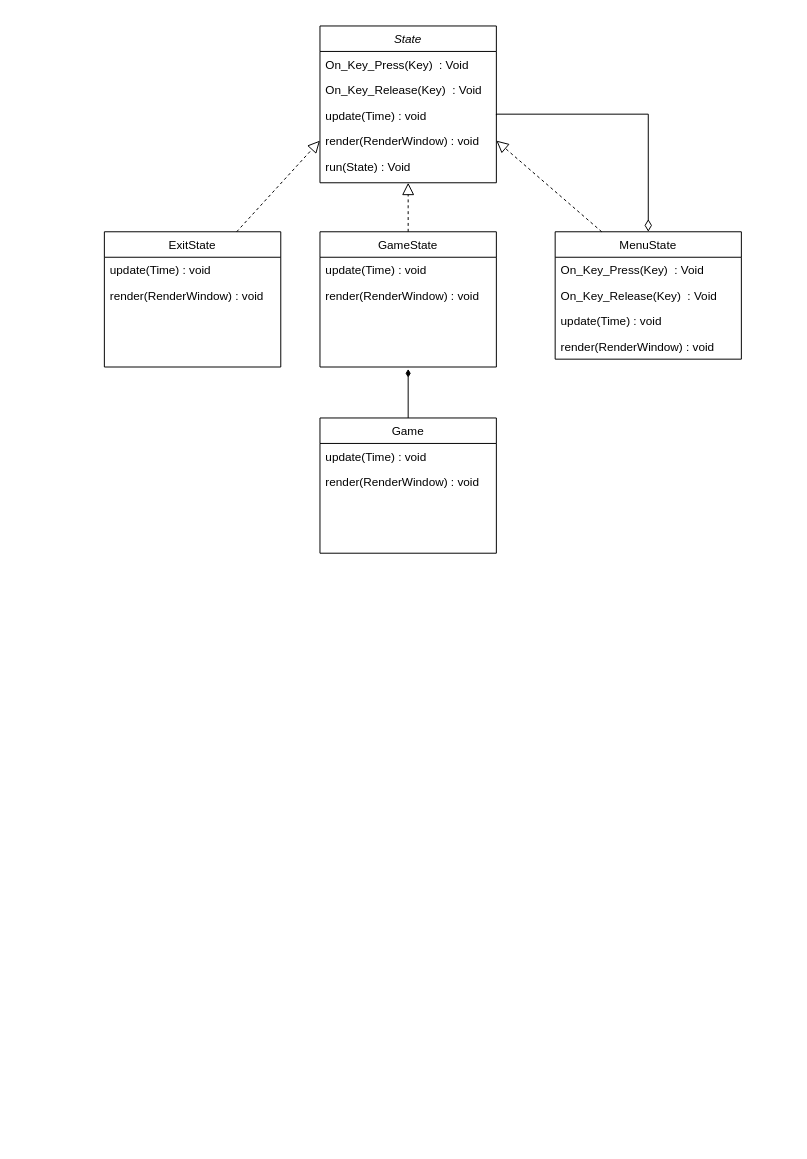
This is designspecifikation/uml.drawio from Albin0208/SFML-Game, a draw.io file, before an edit. Source tidied: cells renumbered, new cells numbered last; positions are measured from the earlier drawing's top-left corner, leaving out a move shared by most shapes. Both pictures are drawn from the tidied source at 98%, with x=0, y=0 at pixel (104, 25).
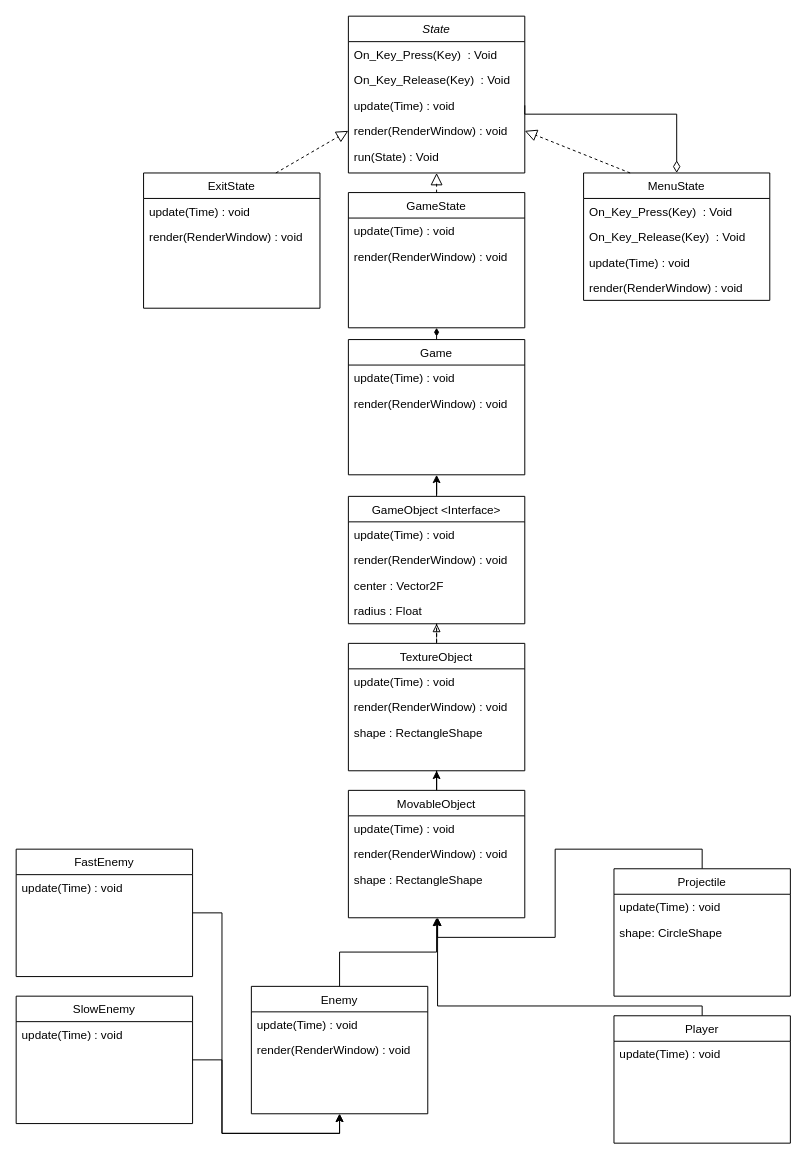
The same page after the edit.

Commit message (it also covers changes not shown here):
additions to uml

Unchanged cells that the change refers to:
```xml
<mxCell id="5" value="update(Time) : void" style="text;align=left;verticalAlign=top;spacingLeft=4;spacingRight=4;overflow=hidden;points=[[0,0.5],[1,0.5]];portConstraint=eastwest;rounded=0;shadow=0;html=0;" parent="2" vertex="1">
  <mxGeometry y="78" width="180" height="26" as="geometry" />
</mxCell>
```

The edit, as a diff of the source:
```diff
@@
     <mxCell id="2" value="State" style="swimlane;fontStyle=2;align=center;verticalAlign=top;horizontal=1;startSize=26;rounded=0;shadow=0;strokeWidth=1;" parent="1" vertex="1">
-      <mxGeometry x="220" width="180" height="160" as="geometry" />
+      <mxGeometry x="249" y="-10" width="180" height="160" as="geometry" />
     </mxCell>
@@
     <mxCell id="8" value="GameState" style="swimlane;fontStyle=0;align=center;verticalAlign=top;horizontal=1;startSize=26;rounded=0;shadow=0;strokeWidth=1;" parent="1" vertex="1">
-      <mxGeometry x="220" y="210" width="180" height="138" as="geometry" />
+      <mxGeometry x="249" y="170" width="180" height="138" as="geometry" />
     </mxCell>
-    <mxCell id="9" value="update(Time) : void" style="text;align=left;verticalAlign=top;spacingLeft=4;spacingRight=4;overflow=hidden;rounded=0;shadow=0;html=0;" parent="8" vertex="1">
-      <mxGeometry y="26" width="180" height="26" as="geometry" />
-    </mxCell>
-    <mxCell id="10" value="render(RenderWindow) : void" style="text;align=left;verticalAlign=top;spacingLeft=4;spacingRight=4;overflow=hidden;rounded=0;shadow=0;html=0;" parent="8" vertex="1">
-      <mxGeometry y="52" width="180" height="26" as="geometry" />
-    </mxCell>
+    <mxCell id="27" value="update(Time) : void" style="text;align=left;verticalAlign=top;spacingLeft=4;spacingRight=4;overflow=hidden;rounded=0;shadow=0;html=0;" parent="8" vertex="1">
+      <mxGeometry y="26" width="180" height="26" as="geometry" />
+    </mxCell>
+    <mxCell id="28" value="render(RenderWindow) : void" style="text;align=left;verticalAlign=top;spacingLeft=4;spacingRight=4;overflow=hidden;rounded=0;shadow=0;html=0;" parent="8" vertex="1">
+      <mxGeometry y="52" width="180" height="26" as="geometry" />
+    </mxCell>
@@
     <mxCell id="12" value="MenuState" style="swimlane;fontStyle=0;align=center;verticalAlign=top;horizontal=1;startSize=26;rounded=0;shadow=0;strokeWidth=1;" parent="1" vertex="1">
-      <mxGeometry x="460" y="210" width="190" height="130" as="geometry" />
+      <mxGeometry x="489" y="150" width="190" height="130" as="geometry" />
     </mxCell>
@@
     <mxCell id="17" style="endArrow=diamondThin;endSize=10;endFill=0;shadow=0;strokeWidth=1;rounded=0;edgeStyle=elbowEdgeStyle;elbow=vertical;entryX=0.5;entryY=0;entryDx=0;entryDy=0;exitX=1;exitY=0.5;exitDx=0;exitDy=0;" parent="1" edge="1" source="5" target="12">
       <mxGeometry relative="1" as="geometry">
         <Array as="points">
-          <mxPoint x="500" y="90" />
-          <mxPoint x="555" y="70" />
-          <mxPoint x="595" y="90" />
+          <mxPoint x="529" y="90" />
+          <mxPoint x="584" y="70" />
+          <mxPoint x="624" y="90" />
         </Array>
       </mxGeometry>
     </mxCell>
@@
     <mxCell id="19" value="ExitState" style="swimlane;fontStyle=0;align=center;verticalAlign=top;horizontal=1;startSize=26;rounded=0;shadow=0;strokeWidth=1;" parent="1" vertex="1">
-      <mxGeometry y="210" width="180" height="138" as="geometry" />
+      <mxGeometry x="40" y="150" width="180" height="138" as="geometry" />
     </mxCell>
-    <mxCell id="20" value="update(Time) : void" style="text;align=left;verticalAlign=top;spacingLeft=4;spacingRight=4;overflow=hidden;rounded=0;shadow=0;html=0;" parent="19" vertex="1">
-      <mxGeometry y="26" width="180" height="26" as="geometry" />
-    </mxCell>
-    <mxCell id="21" value="render(RenderWindow) : void" style="text;align=left;verticalAlign=top;spacingLeft=4;spacingRight=4;overflow=hidden;rounded=0;shadow=0;html=0;" parent="19" vertex="1">
-      <mxGeometry y="52" width="180" height="26" as="geometry" />
-    </mxCell>
+    <mxCell id="29" value="update(Time) : void" style="text;align=left;verticalAlign=top;spacingLeft=4;spacingRight=4;overflow=hidden;rounded=0;shadow=0;html=0;" parent="19" vertex="1">
+      <mxGeometry y="26" width="180" height="26" as="geometry" />
+    </mxCell>
+    <mxCell id="30" value="render(RenderWindow) : void" style="text;align=left;verticalAlign=top;spacingLeft=4;spacingRight=4;overflow=hidden;rounded=0;shadow=0;html=0;" parent="19" vertex="1">
+      <mxGeometry y="52" width="180" height="26" as="geometry" />
+    </mxCell>
@@
-    <mxCell id="23" style="edgeStyle=none;rounded=0;jettySize=auto;html=1;endArrow=diamondThin;endFill=1;" parent="1" edge="1" source="24">
-      <mxGeometry relative="1" as="geometry">
-        <mxPoint x="310" y="350" as="targetPoint" />
-      </mxGeometry>
-    </mxCell>
+    <mxCell id="31" style="edgeStyle=none;rounded=0;jettySize=auto;html=1;endArrow=diamondThin;endFill=1;entryX=0.5;entryY=1;entryDx=0;entryDy=0;" parent="1" edge="1" source="24" target="8">
+      <mxGeometry relative="1" as="geometry" />
+    </mxCell>
     <mxCell id="24" value="Game" style="swimlane;fontStyle=0;align=center;verticalAlign=top;horizontal=1;startSize=26;rounded=0;shadow=0;strokeWidth=1;" parent="1" vertex="1">
-      <mxGeometry x="220" y="400" width="180" height="138" as="geometry" />
+      <mxGeometry x="249" y="320" width="180" height="138" as="geometry" />
     </mxCell>
-    <mxCell id="25" value="update(Time) : void" style="text;align=left;verticalAlign=top;spacingLeft=4;spacingRight=4;overflow=hidden;rounded=0;shadow=0;html=0;" parent="24" vertex="1">
-      <mxGeometry y="26" width="180" height="26" as="geometry" />
-    </mxCell>
-    <mxCell id="26" value="render(RenderWindow) : void" style="text;align=left;verticalAlign=top;spacingLeft=4;spacingRight=4;overflow=hidden;rounded=0;shadow=0;html=0;" parent="24" vertex="1">
-      <mxGeometry y="52" width="180" height="26" as="geometry" />
-    </mxCell>
+    <mxCell id="32" value="update(Time) : void" style="text;align=left;verticalAlign=top;spacingLeft=4;spacingRight=4;overflow=hidden;rounded=0;shadow=0;html=0;" parent="24" vertex="1">
+      <mxGeometry y="26" width="180" height="26" as="geometry" />
+    </mxCell>
+    <mxCell id="33" value="render(RenderWindow) : void" style="text;align=left;verticalAlign=top;spacingLeft=4;spacingRight=4;overflow=hidden;rounded=0;shadow=0;html=0;" parent="24" vertex="1">
+      <mxGeometry y="52" width="180" height="26" as="geometry" />
+    </mxCell>
+    <mxCell id="34" style="edgeStyle=orthogonalEdgeStyle;rounded=0;jettySize=auto;html=1;entryX=0.5;entryY=1;entryDx=0;entryDy=0;" parent="1" edge="1" source="35" target="24">
+      <mxGeometry relative="1" as="geometry" />
+    </mxCell>
+    <mxCell id="35" value="GameObject &lt;Interface&gt;" style="swimlane;fontStyle=0;align=center;verticalAlign=top;horizontal=1;startSize=26;rounded=0;shadow=0;strokeWidth=1;" parent="1" vertex="1">
+      <mxGeometry x="249" y="480" width="180" height="130" as="geometry" />
+    </mxCell>
+    <mxCell id="36" value="update(Time) : void" style="text;align=left;verticalAlign=top;spacingLeft=4;spacingRight=4;overflow=hidden;rounded=0;shadow=0;html=0;" parent="35" vertex="1">
+      <mxGeometry y="26" width="180" height="26" as="geometry" />
+    </mxCell>
+    <mxCell id="37" value="render(RenderWindow) : void" style="text;align=left;verticalAlign=top;spacingLeft=4;spacingRight=4;overflow=hidden;rounded=0;shadow=0;html=0;" parent="35" vertex="1">
+      <mxGeometry y="52" width="180" height="26" as="geometry" />
+    </mxCell>
+    <mxCell id="38" value="center : Vector2F" style="text;align=left;verticalAlign=top;spacingLeft=4;spacingRight=4;overflow=hidden;rounded=0;shadow=0;html=0;" parent="35" vertex="1">
+      <mxGeometry y="78" width="180" height="26" as="geometry" />
+    </mxCell>
+    <mxCell id="39" value="radius : Float" style="text;align=left;verticalAlign=top;spacingLeft=4;spacingRight=4;overflow=hidden;points=[[0,0.5],[1,0.5]];portConstraint=eastwest;rounded=0;shadow=0;html=0;" parent="35" vertex="1">
+      <mxGeometry y="104" width="180" height="26" as="geometry" />
+    </mxCell>
+    <mxCell id="40" style="edgeStyle=orthogonalEdgeStyle;rounded=0;jettySize=auto;html=1;entryX=0.5;entryY=1;entryDx=0;entryDy=0;entryPerimeter=0;dashed=1;endArrow=block;endFill=0;" parent="1" edge="1" source="41" target="39">
+      <mxGeometry relative="1" as="geometry" />
+    </mxCell>
+    <mxCell id="41" value="TextureObject" style="swimlane;fontStyle=0;align=center;verticalAlign=top;horizontal=1;startSize=26;rounded=0;shadow=0;strokeWidth=1;" parent="1" vertex="1">
+      <mxGeometry x="249" y="630" width="180" height="130" as="geometry" />
+    </mxCell>
+    <mxCell id="42" value="update(Time) : void" style="text;align=left;verticalAlign=top;spacingLeft=4;spacingRight=4;overflow=hidden;rounded=0;shadow=0;html=0;" parent="41" vertex="1">
+      <mxGeometry y="26" width="180" height="26" as="geometry" />
+    </mxCell>
+    <mxCell id="43" value="render(RenderWindow) : void" style="text;align=left;verticalAlign=top;spacingLeft=4;spacingRight=4;overflow=hidden;rounded=0;shadow=0;html=0;" parent="41" vertex="1">
+      <mxGeometry y="52" width="180" height="26" as="geometry" />
+    </mxCell>
+    <mxCell id="44" value="shape : RectangleShape" style="text;align=left;verticalAlign=top;spacingLeft=4;spacingRight=4;overflow=hidden;rounded=0;shadow=0;html=0;" parent="41" vertex="1">
+      <mxGeometry y="78" width="180" height="26" as="geometry" />
+    </mxCell>
+    <mxCell id="45" style="edgeStyle=orthogonalEdgeStyle;rounded=0;jettySize=auto;html=1;entryX=0.5;entryY=1;entryDx=0;entryDy=0;" parent="1" edge="1" source="46" target="41">
+      <mxGeometry relative="1" as="geometry" />
+    </mxCell>
+    <mxCell id="46" value="MovableObject" style="swimlane;fontStyle=0;align=center;verticalAlign=top;horizontal=1;startSize=26;rounded=0;shadow=0;strokeWidth=1;" parent="1" vertex="1">
+      <mxGeometry x="249" y="780" width="180" height="130" as="geometry" />
+    </mxCell>
+    <mxCell id="47" value="update(Time) : void" style="text;align=left;verticalAlign=top;spacingLeft=4;spacingRight=4;overflow=hidden;rounded=0;shadow=0;html=0;" parent="46" vertex="1">
+      <mxGeometry y="26" width="180" height="26" as="geometry" />
+    </mxCell>
+    <mxCell id="48" value="render(RenderWindow) : void" style="text;align=left;verticalAlign=top;spacingLeft=4;spacingRight=4;overflow=hidden;rounded=0;shadow=0;html=0;" parent="46" vertex="1">
+      <mxGeometry y="52" width="180" height="26" as="geometry" />
+    </mxCell>
+    <mxCell id="49" value="shape : RectangleShape" style="text;align=left;verticalAlign=top;spacingLeft=4;spacingRight=4;overflow=hidden;rounded=0;shadow=0;html=0;" parent="46" vertex="1">
+      <mxGeometry y="78" width="180" height="26" as="geometry" />
+    </mxCell>
+    <mxCell id="50" style="rounded=0;jettySize=auto;html=1;entryX=0.5;entryY=1;entryDx=0;entryDy=0;edgeStyle=orthogonalEdgeStyle;" parent="1" edge="1" source="51" target="46">
+      <mxGeometry relative="1" as="geometry" />
+    </mxCell>
+    <mxCell id="51" value="Enemy" style="swimlane;fontStyle=0;align=center;verticalAlign=top;horizontal=1;startSize=26;rounded=0;shadow=0;strokeWidth=1;" parent="1" vertex="1">
+      <mxGeometry x="150" y="980" width="180" height="130" as="geometry" />
+    </mxCell>
+    <mxCell id="52" value="update(Time) : void" style="text;align=left;verticalAlign=top;spacingLeft=4;spacingRight=4;overflow=hidden;rounded=0;shadow=0;html=0;" parent="51" vertex="1">
+      <mxGeometry y="26" width="180" height="26" as="geometry" />
+    </mxCell>
+    <mxCell id="53" value="render(RenderWindow) : void" style="text;align=left;verticalAlign=top;spacingLeft=4;spacingRight=4;overflow=hidden;rounded=0;shadow=0;html=0;" parent="51" vertex="1">
+      <mxGeometry y="52" width="180" height="26" as="geometry" />
+    </mxCell>
+    <mxCell id="54" style="edgeStyle=orthogonalEdgeStyle;rounded=0;jettySize=auto;html=1;exitX=0.5;exitY=0;exitDx=0;exitDy=0;" parent="1" edge="1" source="55">
+      <mxGeometry relative="1" as="geometry">
+        <mxPoint x="340" y="910" as="targetPoint" />
+        <Array as="points">
+          <mxPoint x="610" y="1000" />
+          <mxPoint x="340" y="1000" />
+        </Array>
+      </mxGeometry>
+    </mxCell>
+    <mxCell id="55" value="Player" style="swimlane;fontStyle=0;align=center;verticalAlign=top;horizontal=1;startSize=26;rounded=0;shadow=0;strokeWidth=1;" parent="1" vertex="1">
+      <mxGeometry x="520" y="1010" width="180" height="130" as="geometry" />
+    </mxCell>
+    <mxCell id="56" value="update(Time) : void" style="text;align=left;verticalAlign=top;spacingLeft=4;spacingRight=4;overflow=hidden;rounded=0;shadow=0;html=0;" parent="55" vertex="1">
+      <mxGeometry y="26" width="180" height="26" as="geometry" />
+    </mxCell>
+    <mxCell id="57" style="edgeStyle=orthogonalEdgeStyle;rounded=0;jettySize=auto;html=1;exitX=0.5;exitY=0;exitDx=0;exitDy=0;" parent="1" edge="1" source="58">
+      <mxGeometry relative="1" as="geometry">
+        <mxPoint x="340" y="910" as="targetPoint" />
+        <Array as="points">
+          <mxPoint x="610" y="840" />
+          <mxPoint x="460" y="840" />
+          <mxPoint x="460" y="930" />
+          <mxPoint x="340" y="930" />
+        </Array>
+      </mxGeometry>
+    </mxCell>
+    <mxCell id="58" value="Projectile" style="swimlane;fontStyle=0;align=center;verticalAlign=top;horizontal=1;startSize=26;rounded=0;shadow=0;strokeWidth=1;" parent="1" vertex="1">
+      <mxGeometry x="520" y="860" width="180" height="130" as="geometry" />
+    </mxCell>
+    <mxCell id="59" value="update(Time) : void" style="text;align=left;verticalAlign=top;spacingLeft=4;spacingRight=4;overflow=hidden;rounded=0;shadow=0;html=0;" parent="58" vertex="1">
+      <mxGeometry y="26" width="180" height="26" as="geometry" />
+    </mxCell>
+    <mxCell id="60" value="shape: CircleShape" style="text;align=left;verticalAlign=top;spacingLeft=4;spacingRight=4;overflow=hidden;rounded=0;shadow=0;html=0;" parent="58" vertex="1">
+      <mxGeometry y="52" width="180" height="26" as="geometry" />
+    </mxCell>
+    <mxCell id="61" style="edgeStyle=orthogonalEdgeStyle;rounded=0;jettySize=auto;html=1;entryX=0.5;entryY=1;entryDx=0;entryDy=0;" parent="1" edge="1" source="62" target="51">
+      <mxGeometry relative="1" as="geometry" />
+    </mxCell>
+    <mxCell id="62" value="FastEnemy" style="swimlane;fontStyle=0;align=center;verticalAlign=top;horizontal=1;startSize=26;rounded=0;shadow=0;strokeWidth=1;" parent="1" vertex="1">
+      <mxGeometry x="-90" y="840" width="180" height="130" as="geometry" />
+    </mxCell>
+    <mxCell id="63" value="update(Time) : void" style="text;align=left;verticalAlign=top;spacingLeft=4;spacingRight=4;overflow=hidden;rounded=0;shadow=0;html=0;" parent="62" vertex="1">
+      <mxGeometry y="26" width="180" height="26" as="geometry" />
+    </mxCell>
+    <mxCell id="64" style="edgeStyle=orthogonalEdgeStyle;rounded=0;jettySize=auto;html=1;entryX=0.5;entryY=1;entryDx=0;entryDy=0;" parent="1" edge="1" source="65" target="51">
+      <mxGeometry relative="1" as="geometry" />
+    </mxCell>
+    <mxCell id="65" value="SlowEnemy" style="swimlane;fontStyle=0;align=center;verticalAlign=top;horizontal=1;startSize=26;rounded=0;shadow=0;strokeWidth=1;" parent="1" vertex="1">
+      <mxGeometry x="-90" y="990" width="180" height="130" as="geometry" />
+    </mxCell>
+    <mxCell id="66" value="update(Time) : void" style="text;align=left;verticalAlign=top;spacingLeft=4;spacingRight=4;overflow=hidden;rounded=0;shadow=0;html=0;" parent="65" vertex="1">
+      <mxGeometry y="26" width="180" height="26" as="geometry" />
+    </mxCell>
```
